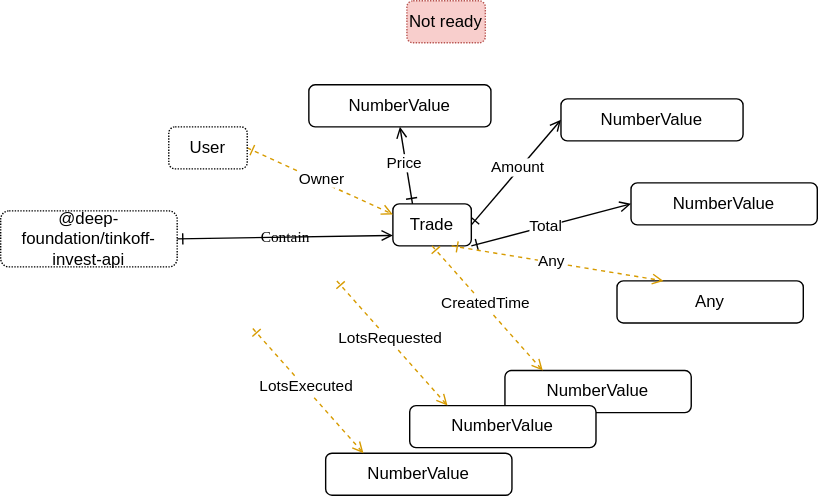
This is src/trade/Trade.drawio.svg from suenot/deep-tinkoff-invest-api, a draw.io export, as it was before one commit. Source tidied: cells renumbered, new cells last; positions are measured from the earlier drawing's top-left corner, leaving out a move shared by most shapes. Its diagram source:
```xml
<mxGraphModel>
  <root>
    <mxCell id="0" />
    <mxCell id="1" parent="0" />
    <mxCell id="2" style="edgeStyle=none;html=1;exitX=1;exitY=0.5;exitDx=0;exitDy=0;entryX=0;entryY=0.5;entryDx=0;entryDy=0;startArrow=ERone;startFill=0;endArrow=open;endFill=0;" parent="1" edge="1" source="4" target="5">
      <mxGeometry relative="1" as="geometry" />
    </mxCell>
    <mxCell id="3" value="Amount" style="edgeLabel;html=1;align=center;verticalAlign=middle;" parent="2" vertex="1">
      <mxGeometry x="0.08" y="2" relative="1" as="geometry" />
    </mxCell>
    <mxCell id="4" value="Trade" style="rounded=1;whiteSpace=wrap;html=1;labelBackgroundColor=none;" parent="1" vertex="1">
      <mxGeometry x="280" y="145" width="56" height="30" as="geometry" />
    </mxCell>
    <mxCell id="5" value="NumberValue" style="rounded=1;whiteSpace=wrap;html=1;labelBackgroundColor=none;" parent="1" vertex="1">
      <mxGeometry x="400" y="70" width="130" height="30" as="geometry" />
    </mxCell>
    <mxCell id="6" style="edgeStyle=none;html=1;exitX=1;exitY=1;exitDx=0;exitDy=0;startArrow=ERone;startFill=0;entryX=0;entryY=0.5;entryDx=0;entryDy=0;endArrow=open;endFill=0;" parent="1" edge="1" source="4" target="8">
      <mxGeometry relative="1" as="geometry" />
    </mxCell>
    <mxCell id="7" value="Total" style="edgeLabel;html=1;align=center;verticalAlign=middle;" parent="6" vertex="1">
      <mxGeometry x="-0.07" y="1" relative="1" as="geometry" />
    </mxCell>
    <mxCell id="8" value="NumberValue" style="rounded=1;whiteSpace=wrap;html=1;labelBackgroundColor=none;" parent="1" vertex="1">
      <mxGeometry x="450" y="130" width="133" height="30" as="geometry" />
    </mxCell>
    <mxCell id="9" value="Any" style="rounded=1;whiteSpace=wrap;html=1;labelBackgroundColor=none;" parent="1" vertex="1">
      <mxGeometry x="440" y="200" width="133" height="30" as="geometry" />
    </mxCell>
    <mxCell id="10" style="edgeStyle=none;html=1;exitX=0.75;exitY=1;exitDx=0;exitDy=0;startArrow=ERone;startFill=0;entryX=0.25;entryY=0;entryDx=0;entryDy=0;endArrow=open;endFill=0;dashed=1;strokeColor=#D79B00;" parent="1" edge="1" source="4" target="9">
      <mxGeometry relative="1" as="geometry" />
    </mxCell>
    <mxCell id="11" value="Any" style="edgeLabel;html=1;align=center;verticalAlign=middle;" parent="10" vertex="1">
      <mxGeometry x="-0.07" y="1" relative="1" as="geometry" />
    </mxCell>
    <mxCell id="12" style="edgeStyle=none;html=1;exitX=0.25;exitY=0;exitDx=0;exitDy=0;startArrow=ERone;startFill=0;endArrow=open;endFill=0;entryX=0.5;entryY=1;entryDx=0;entryDy=0;" parent="1" edge="1" source="4" target="14">
      <mxGeometry relative="1" as="geometry" />
    </mxCell>
    <mxCell id="13" value="Price" style="edgeLabel;html=1;align=center;verticalAlign=middle;" parent="12" vertex="1">
      <mxGeometry x="0.08" y="2" relative="1" as="geometry" />
    </mxCell>
    <mxCell id="14" value="NumberValue" style="rounded=1;whiteSpace=wrap;html=1;labelBackgroundColor=none;" parent="1" vertex="1">
      <mxGeometry x="220" y="60" width="130" height="30" as="geometry" />
    </mxCell>
    <mxCell id="15" style="edgeStyle=none;html=1;exitX=1;exitY=0.5;exitDx=0;exitDy=0;startArrow=ERone;startFill=0;entryX=0;entryY=0.25;entryDx=0;entryDy=0;endArrow=open;endFill=0;dashed=1;strokeColor=#D79B00;" parent="1" edge="1" source="17" target="4">
      <mxGeometry relative="1" as="geometry" />
    </mxCell>
    <mxCell id="16" value="Owner" style="edgeLabel;html=1;align=center;verticalAlign=middle;" parent="15" vertex="1">
      <mxGeometry x="-0.01" y="2" relative="1" as="geometry" />
    </mxCell>
    <mxCell id="17" value="User" style="rounded=1;whiteSpace=wrap;html=1;labelBackgroundColor=none;dashed=1;dashPattern=1 1;" parent="1" vertex="1">
      <mxGeometry x="120" y="90" width="56" height="30" as="geometry" />
    </mxCell>
    <mxCell id="18" value="@deep-foundation/tinkoff-invest-api" style="rounded=1;whiteSpace=wrap;html=1;labelBackgroundColor=none;dashed=1;dashPattern=1 1;" parent="1" vertex="1">
      <mxGeometry y="150" width="126" height="40" as="geometry" />
    </mxCell>
    <mxCell id="19" value="Contain" style="jettySize=auto;html=1;shadow=0;labelBackgroundColor=none;startArrow=ERone;startFill=0;endArrow=open;endFill=0;fontColor=#000000;fontFamily=Comic Sans MS;entryX=0;entryY=0.75;entryDx=0;entryDy=0;exitX=1;exitY=0.5;exitDx=0;exitDy=0;" parent="1" edge="1" source="18" target="4">
      <mxGeometry relative="1" as="geometry" />
    </mxCell>
    <mxCell id="20" value="NumberValue" style="rounded=1;whiteSpace=wrap;html=1;labelBackgroundColor=none;" parent="1" vertex="1">
      <mxGeometry x="360" y="264" width="133" height="30" as="geometry" />
    </mxCell>
    <mxCell id="21" style="edgeStyle=none;html=1;exitX=0.5;exitY=1;exitDx=0;exitDy=0;startArrow=ERone;startFill=0;entryX=0.203;entryY=0;entryDx=0;entryDy=0;endArrow=open;endFill=0;entryPerimeter=0;dashed=1;strokeColor=#D79B00;" parent="1" edge="1" source="4" target="20">
      <mxGeometry relative="1" as="geometry" />
    </mxCell>
    <mxCell id="22" value="CreatedTime" style="edgeLabel;html=1;align=center;verticalAlign=middle;" parent="21" vertex="1">
      <mxGeometry x="-0.07" y="1" relative="1" as="geometry" />
    </mxCell>
    <mxCell id="23" value="NumberValue" style="rounded=1;whiteSpace=wrap;html=1;labelBackgroundColor=none;" parent="1" vertex="1">
      <mxGeometry x="292" y="289" width="133" height="30" as="geometry" />
    </mxCell>
    <mxCell id="24" style="edgeStyle=none;html=1;exitX=0.5;exitY=1;exitDx=0;exitDy=0;startArrow=ERone;startFill=0;entryX=0.203;entryY=0;entryDx=0;entryDy=0;endArrow=open;endFill=0;entryPerimeter=0;dashed=1;strokeColor=#D79B00;" parent="1" edge="1" target="23">
      <mxGeometry relative="1" as="geometry">
        <mxPoint x="240" y="200" as="sourcePoint" />
      </mxGeometry>
    </mxCell>
    <mxCell id="25" value="LotsRequested" style="edgeLabel;html=1;align=center;verticalAlign=middle;" parent="24" vertex="1">
      <mxGeometry x="-0.07" y="1" relative="1" as="geometry" />
    </mxCell>
    <mxCell id="26" value="NumberValue" style="rounded=1;whiteSpace=wrap;html=1;labelBackgroundColor=none;" parent="1" vertex="1">
      <mxGeometry x="232" y="323" width="133" height="30" as="geometry" />
    </mxCell>
    <mxCell id="27" style="edgeStyle=none;html=1;exitX=0.5;exitY=1;exitDx=0;exitDy=0;startArrow=ERone;startFill=0;entryX=0.203;entryY=0;entryDx=0;entryDy=0;endArrow=open;endFill=0;entryPerimeter=0;dashed=1;strokeColor=#D79B00;" parent="1" edge="1" target="26">
      <mxGeometry relative="1" as="geometry">
        <mxPoint x="180" y="234" as="sourcePoint" />
      </mxGeometry>
    </mxCell>
    <mxCell id="28" value="LotsExecuted" style="edgeLabel;html=1;align=center;verticalAlign=middle;" parent="27" vertex="1">
      <mxGeometry x="-0.07" y="1" relative="1" as="geometry" />
    </mxCell>
    <mxCell id="29" value="Not ready" style="rounded=1;whiteSpace=wrap;html=1;labelBackgroundColor=none;dashed=1;dashPattern=1 1;fillColor=#f8cecc;strokeColor=#b85450;" parent="1" vertex="1">
      <mxGeometry x="290" width="56" height="30" as="geometry" />
    </mxCell>
  </root>
</mxGraphModel>
```
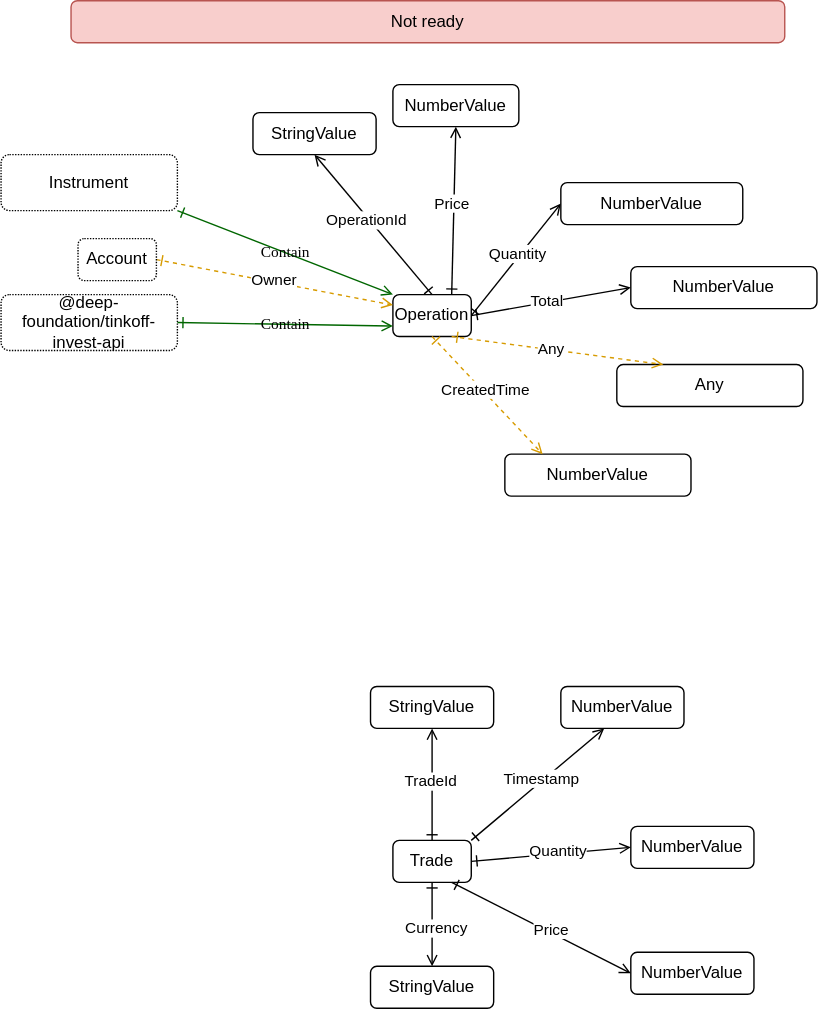
Above is the later version.

The edit, as a diff of the source:
```diff
@@ -5,16 +5,16 @@
     <mxCell id="2" style="edgeStyle=none;html=1;exitX=1;exitY=0.5;exitDx=0;exitDy=0;entryX=0;entryY=0.5;entryDx=0;entryDy=0;startArrow=ERone;startFill=0;endArrow=open;endFill=0;" parent="1" edge="1" source="4" target="5">
       <mxGeometry relative="1" as="geometry" />
     </mxCell>
-    <mxCell id="3" value="Amount" style="edgeLabel;html=1;align=center;verticalAlign=middle;" parent="2" vertex="1">
+    <mxCell id="3" value="Quantity" style="edgeLabel;html=1;align=center;verticalAlign=middle;" parent="2" vertex="1">
       <mxGeometry x="0.08" y="2" relative="1" as="geometry" />
     </mxCell>
-    <mxCell id="4" value="Trade" style="rounded=1;whiteSpace=wrap;html=1;labelBackgroundColor=none;" parent="1" vertex="1">
-      <mxGeometry x="280" y="145" width="56" height="30" as="geometry" />
+    <mxCell id="4" value="Operation" style="rounded=1;whiteSpace=wrap;html=1;labelBackgroundColor=none;" parent="1" vertex="1">
+      <mxGeometry x="280" y="150" width="56" height="30" as="geometry" />
     </mxCell>
     <mxCell id="5" value="NumberValue" style="rounded=1;whiteSpace=wrap;html=1;labelBackgroundColor=none;" parent="1" vertex="1">
       <mxGeometry x="400" y="70" width="130" height="30" as="geometry" />
     </mxCell>
-    <mxCell id="6" style="edgeStyle=none;html=1;exitX=1;exitY=1;exitDx=0;exitDy=0;startArrow=ERone;startFill=0;entryX=0;entryY=0.5;entryDx=0;entryDy=0;endArrow=open;endFill=0;" parent="1" edge="1" source="4" target="8">
+    <mxCell id="6" style="edgeStyle=none;html=1;exitX=1;exitY=0.5;exitDx=0;exitDy=0;startArrow=ERone;startFill=0;entryX=0;entryY=0.5;entryDx=0;entryDy=0;endArrow=open;endFill=0;" parent="1" edge="1" source="4" target="8">
       <mxGeometry relative="1" as="geometry" />
     </mxCell>
     <mxCell id="7" value="Total" style="edgeLabel;html=1;align=center;verticalAlign=middle;" parent="6" vertex="1">
@@ -32,14 +32,14 @@
     <mxCell id="11" value="Any" style="edgeLabel;html=1;align=center;verticalAlign=middle;" parent="10" vertex="1">
       <mxGeometry x="-0.07" y="1" relative="1" as="geometry" />
     </mxCell>
-    <mxCell id="12" style="edgeStyle=none;html=1;exitX=0.25;exitY=0;exitDx=0;exitDy=0;startArrow=ERone;startFill=0;endArrow=open;endFill=0;entryX=0.5;entryY=1;entryDx=0;entryDy=0;" parent="1" edge="1" source="4" target="14">
+    <mxCell id="12" style="edgeStyle=none;html=1;exitX=0.75;exitY=0;exitDx=0;exitDy=0;startArrow=ERone;startFill=0;endArrow=open;endFill=0;entryX=0.5;entryY=1;entryDx=0;entryDy=0;" parent="1" edge="1" source="4" target="14">
       <mxGeometry relative="1" as="geometry" />
     </mxCell>
     <mxCell id="13" value="Price" style="edgeLabel;html=1;align=center;verticalAlign=middle;" parent="12" vertex="1">
       <mxGeometry x="0.08" y="2" relative="1" as="geometry" />
     </mxCell>
     <mxCell id="14" value="NumberValue" style="rounded=1;whiteSpace=wrap;html=1;labelBackgroundColor=none;" parent="1" vertex="1">
-      <mxGeometry x="220" y="60" width="130" height="30" as="geometry" />
+      <mxGeometry x="280" width="90" height="30" as="geometry" />
     </mxCell>
     <mxCell id="15" style="edgeStyle=none;html=1;exitX=1;exitY=0.5;exitDx=0;exitDy=0;startArrow=ERone;startFill=0;entryX=0;entryY=0.25;entryDx=0;entryDy=0;endArrow=open;endFill=0;dashed=1;strokeColor=#D79B00;" parent="1" edge="1" source="17" target="4">
       <mxGeometry relative="1" as="geometry" />
@@ -47,13 +47,13 @@
     <mxCell id="16" value="Owner" style="edgeLabel;html=1;align=center;verticalAlign=middle;" parent="15" vertex="1">
       <mxGeometry x="-0.01" y="2" relative="1" as="geometry" />
     </mxCell>
-    <mxCell id="17" value="User" style="rounded=1;whiteSpace=wrap;html=1;labelBackgroundColor=none;dashed=1;dashPattern=1 1;" parent="1" vertex="1">
-      <mxGeometry x="120" y="90" width="56" height="30" as="geometry" />
+    <mxCell id="17" value="Account" style="rounded=1;whiteSpace=wrap;html=1;labelBackgroundColor=none;dashed=1;dashPattern=1 1;" parent="1" vertex="1">
+      <mxGeometry x="55" y="110" width="56" height="30" as="geometry" />
     </mxCell>
     <mxCell id="18" value="@deep-foundation/tinkoff-invest-api" style="rounded=1;whiteSpace=wrap;html=1;labelBackgroundColor=none;dashed=1;dashPattern=1 1;" parent="1" vertex="1">
       <mxGeometry y="150" width="126" height="40" as="geometry" />
     </mxCell>
-    <mxCell id="19" value="Contain" style="jettySize=auto;html=1;shadow=0;labelBackgroundColor=none;startArrow=ERone;startFill=0;endArrow=open;endFill=0;fontColor=#000000;fontFamily=Comic Sans MS;entryX=0;entryY=0.75;entryDx=0;entryDy=0;exitX=1;exitY=0.5;exitDx=0;exitDy=0;" parent="1" edge="1" source="18" target="4">
+    <mxCell id="19" value="Contain" style="jettySize=auto;html=1;shadow=0;labelBackgroundColor=none;startArrow=ERone;startFill=0;endArrow=open;endFill=0;fontColor=#000000;fontFamily=Comic Sans MS;entryX=0;entryY=0.75;entryDx=0;entryDy=0;exitX=1;exitY=0.5;exitDx=0;exitDy=0;strokeColor=#006600;" parent="1" edge="1" source="18" target="4">
       <mxGeometry relative="1" as="geometry" />
     </mxCell>
     <mxCell id="20" value="NumberValue" style="rounded=1;whiteSpace=wrap;html=1;labelBackgroundColor=none;" parent="1" vertex="1">
@@ -65,30 +65,71 @@
     <mxCell id="22" value="CreatedTime" style="edgeLabel;html=1;align=center;verticalAlign=middle;" parent="21" vertex="1">
       <mxGeometry x="-0.07" y="1" relative="1" as="geometry" />
     </mxCell>
-    <mxCell id="23" value="NumberValue" style="rounded=1;whiteSpace=wrap;html=1;labelBackgroundColor=none;" parent="1" vertex="1">
-      <mxGeometry x="292" y="289" width="133" height="30" as="geometry" />
-    </mxCell>
-    <mxCell id="24" style="edgeStyle=none;html=1;exitX=0.5;exitY=1;exitDx=0;exitDy=0;startArrow=ERone;startFill=0;entryX=0.203;entryY=0;entryDx=0;entryDy=0;endArrow=open;endFill=0;entryPerimeter=0;dashed=1;strokeColor=#D79B00;" parent="1" edge="1" target="23">
-      <mxGeometry relative="1" as="geometry">
-        <mxPoint x="240" y="200" as="sourcePoint" />
-      </mxGeometry>
-    </mxCell>
-    <mxCell id="25" value="LotsRequested" style="edgeLabel;html=1;align=center;verticalAlign=middle;" parent="24" vertex="1">
-      <mxGeometry x="-0.07" y="1" relative="1" as="geometry" />
-    </mxCell>
-    <mxCell id="26" value="NumberValue" style="rounded=1;whiteSpace=wrap;html=1;labelBackgroundColor=none;" parent="1" vertex="1">
-      <mxGeometry x="232" y="323" width="133" height="30" as="geometry" />
-    </mxCell>
-    <mxCell id="27" style="edgeStyle=none;html=1;exitX=0.5;exitY=1;exitDx=0;exitDy=0;startArrow=ERone;startFill=0;entryX=0.203;entryY=0;entryDx=0;entryDy=0;endArrow=open;endFill=0;entryPerimeter=0;dashed=1;strokeColor=#D79B00;" parent="1" edge="1" target="26">
-      <mxGeometry relative="1" as="geometry">
-        <mxPoint x="180" y="234" as="sourcePoint" />
-      </mxGeometry>
-    </mxCell>
-    <mxCell id="28" value="LotsExecuted" style="edgeLabel;html=1;align=center;verticalAlign=middle;" parent="27" vertex="1">
-      <mxGeometry x="-0.07" y="1" relative="1" as="geometry" />
-    </mxCell>
+    <mxCell id="30" value="Instrument" style="rounded=1;whiteSpace=wrap;html=1;labelBackgroundColor=none;dashed=1;dashPattern=1 1;" parent="1" vertex="1">
+      <mxGeometry y="50" width="126" height="40" as="geometry" />
+    </mxCell>
+    <mxCell id="31" value="Contain" style="jettySize=auto;html=1;shadow=0;labelBackgroundColor=none;startArrow=ERone;startFill=0;endArrow=open;endFill=0;fontColor=#000000;fontFamily=Comic Sans MS;entryX=0;entryY=0;entryDx=0;entryDy=0;exitX=1;exitY=1;exitDx=0;exitDy=0;strokeColor=#006600;" parent="1" edge="1" source="30" target="4">
+      <mxGeometry relative="1" as="geometry" />
+    </mxCell>
+    <mxCell id="32" style="edgeStyle=none;html=1;exitX=0.5;exitY=0;exitDx=0;exitDy=0;entryX=0.5;entryY=1;entryDx=0;entryDy=0;startArrow=ERone;startFill=0;endArrow=open;endFill=0;" parent="1" edge="1" source="4" target="34">
+      <mxGeometry relative="1" as="geometry" />
+    </mxCell>
+    <mxCell id="33" value="OperationId" style="edgeLabel;html=1;align=center;verticalAlign=middle;" parent="32" vertex="1">
+      <mxGeometry x="0.08" y="2" relative="1" as="geometry" />
+    </mxCell>
+    <mxCell id="34" value="StringValue" style="rounded=1;whiteSpace=wrap;html=1;labelBackgroundColor=none;" parent="1" vertex="1">
+      <mxGeometry x="180" y="20" width="88" height="30" as="geometry" />
+    </mxCell>
+    <mxCell id="35" value="Trade" style="rounded=1;whiteSpace=wrap;html=1;labelBackgroundColor=none;" parent="1" vertex="1">
+      <mxGeometry x="280" y="540" width="56" height="30" as="geometry" />
+    </mxCell>
+    <mxCell id="36" style="edgeStyle=none;html=1;exitX=0.5;exitY=0;exitDx=0;exitDy=0;entryX=0.5;entryY=1;entryDx=0;entryDy=0;startArrow=ERone;startFill=0;endArrow=open;endFill=0;" parent="1" edge="1" source="35" target="38">
+      <mxGeometry relative="1" as="geometry" />
+    </mxCell>
+    <mxCell id="37" value="TradeId" style="edgeLabel;html=1;align=center;verticalAlign=middle;" parent="36" vertex="1">
+      <mxGeometry x="0.08" y="2" relative="1" as="geometry" />
+    </mxCell>
+    <mxCell id="38" value="StringValue" style="rounded=1;whiteSpace=wrap;html=1;labelBackgroundColor=none;" parent="1" vertex="1">
+      <mxGeometry x="264" y="430" width="88" height="30" as="geometry" />
+    </mxCell>
+    <mxCell id="39" value="NumberValue" style="rounded=1;whiteSpace=wrap;html=1;labelBackgroundColor=none;" parent="1" vertex="1">
+      <mxGeometry x="400" y="430" width="88" height="30" as="geometry" />
+    </mxCell>
+    <mxCell id="40" style="edgeStyle=none;html=1;exitX=1;exitY=0;exitDx=0;exitDy=0;entryX=0.352;entryY=1;entryDx=0;entryDy=0;startArrow=ERone;startFill=0;endArrow=open;endFill=0;entryPerimeter=0;" parent="1" edge="1" source="35" target="39">
+      <mxGeometry relative="1" as="geometry" />
+    </mxCell>
+    <mxCell id="41" value="Timestamp" style="edgeLabel;html=1;align=center;verticalAlign=middle;" parent="40" vertex="1">
+      <mxGeometry x="0.08" y="2" relative="1" as="geometry" />
+    </mxCell>
+    <mxCell id="42" value="NumberValue" style="rounded=1;whiteSpace=wrap;html=1;labelBackgroundColor=none;" parent="1" vertex="1">
+      <mxGeometry x="450" y="530" width="88" height="30" as="geometry" />
+    </mxCell>
+    <mxCell id="43" style="edgeStyle=none;html=1;exitX=1;exitY=0.5;exitDx=0;exitDy=0;entryX=0;entryY=0.5;entryDx=0;entryDy=0;startArrow=ERone;startFill=0;endArrow=open;endFill=0;" parent="1" edge="1" source="35" target="42">
+      <mxGeometry relative="1" as="geometry" />
+    </mxCell>
+    <mxCell id="44" value="Quantity" style="edgeLabel;html=1;align=center;verticalAlign=middle;" parent="43" vertex="1">
+      <mxGeometry x="0.08" y="2" relative="1" as="geometry" />
+    </mxCell>
+    <mxCell id="45" value="NumberValue" style="rounded=1;whiteSpace=wrap;html=1;labelBackgroundColor=none;" parent="1" vertex="1">
+      <mxGeometry x="450" y="620" width="88" height="30" as="geometry" />
+    </mxCell>
+    <mxCell id="46" style="edgeStyle=none;html=1;exitX=0.75;exitY=1;exitDx=0;exitDy=0;entryX=0;entryY=0.5;entryDx=0;entryDy=0;startArrow=ERone;startFill=0;endArrow=open;endFill=0;" parent="1" edge="1" source="35" target="45">
+      <mxGeometry relative="1" as="geometry" />
+    </mxCell>
+    <mxCell id="47" value="Price" style="edgeLabel;html=1;align=center;verticalAlign=middle;" parent="46" vertex="1">
+      <mxGeometry x="0.08" y="2" relative="1" as="geometry" />
+    </mxCell>
+    <mxCell id="48" value="StringValue" style="rounded=1;whiteSpace=wrap;html=1;labelBackgroundColor=none;" parent="1" vertex="1">
+      <mxGeometry x="264" y="630" width="88" height="30" as="geometry" />
+    </mxCell>
+    <mxCell id="49" style="edgeStyle=none;html=1;exitX=0.5;exitY=1;exitDx=0;exitDy=0;entryX=0.5;entryY=0;entryDx=0;entryDy=0;startArrow=ERone;startFill=0;endArrow=open;endFill=0;" parent="1" edge="1" source="35" target="48">
+      <mxGeometry relative="1" as="geometry" />
+    </mxCell>
+    <mxCell id="50" value="Currency" style="edgeLabel;html=1;align=center;verticalAlign=middle;" parent="49" vertex="1">
+      <mxGeometry x="0.08" y="2" relative="1" as="geometry" />
+    </mxCell>
-    <mxCell id="29" value="Not ready" style="rounded=1;whiteSpace=wrap;html=1;labelBackgroundColor=none;dashed=1;dashPattern=1 1;fillColor=#f8cecc;strokeColor=#b85450;" parent="1" vertex="1">
-      <mxGeometry x="290" width="56" height="30" as="geometry" />
+    <mxCell id="29" value="Not ready" style="rounded=1;whiteSpace=wrap;html=1;labelBackgroundColor=none;fillColor=#f8cecc;strokeColor=#b85450;" parent="1" vertex="1">
+      <mxGeometry x="50" y="-60" width="510" height="30" as="geometry" />
     </mxCell>
   </root>
 </mxGraphModel>
```
